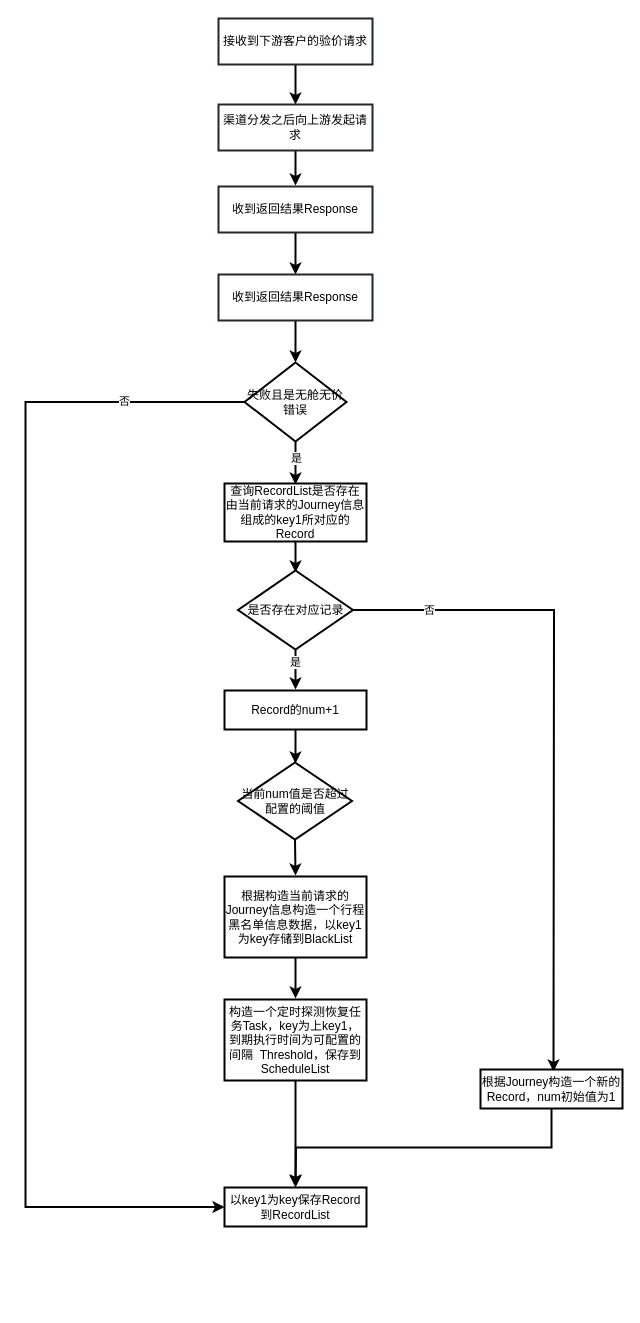
zhangweixin/design-diagram keeps this draw.io diagram as pkfare/patent/Untitled Diagram.drawio. Above is the earlier version. Source tidied: cells renumbered, new cells numbered last; positions are measured from the earlier drawing's top-left corner, leaving out a move shared by most shapes. Both pictures are drawn from the tidied source at 100%, with x=0, y=0 at pixel (25, 18).
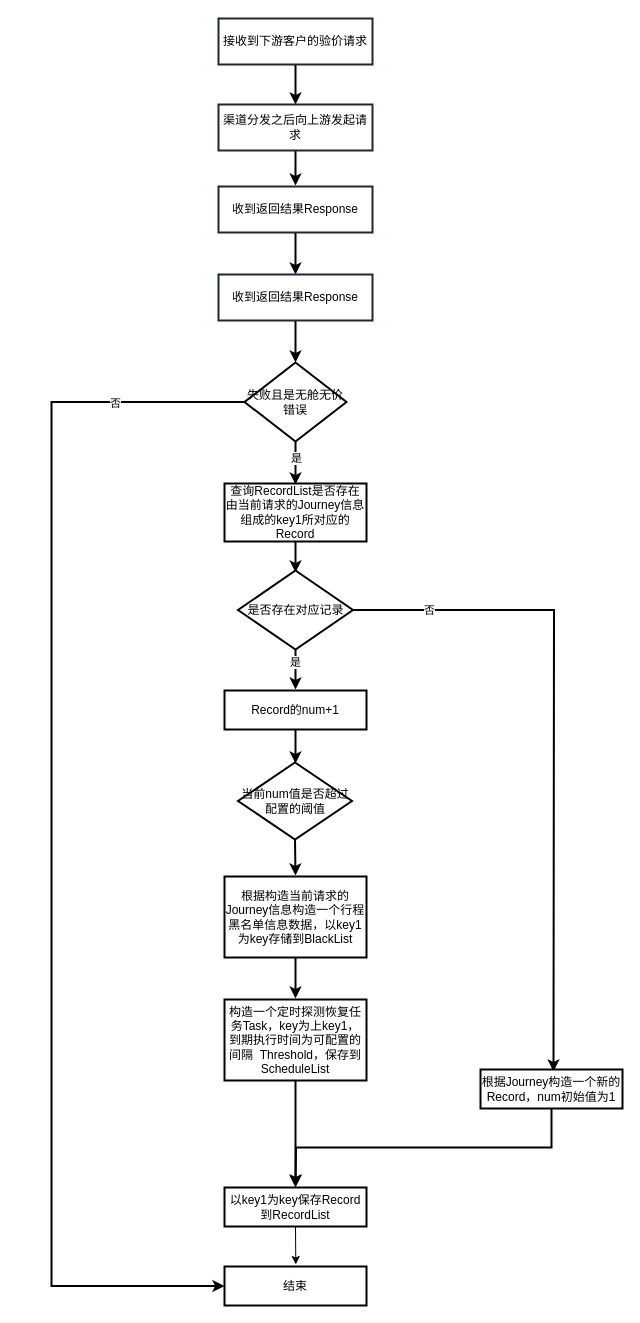
The same diagram, later.

The change refers to these unchanged cells:
```xml
<mxCell id="14" value="失败且是无舱无价错误" style="rhombus;whiteSpace=wrap;html=1;strokeWidth=2;" parent="1" vertex="1">
  <mxGeometry x="219" y="344" width="102" height="79" as="geometry" />
</mxCell>
<mxCell id="32" value="以key1为key保存Record到RecordList" style="rounded=0;whiteSpace=wrap;html=1;strokeWidth=2;" parent="1" vertex="1">
  <mxGeometry x="199" y="1169" width="142" height="39" as="geometry" />
</mxCell>
```

Change to the diagram source:
```diff
@@
-    <mxCell id="12" style="edgeStyle=orthogonalEdgeStyle;rounded=0;jettySize=auto;html=1;exitX=0;exitY=0.5;exitDx=0;exitDy=0;entryX=0;entryY=0.5;entryDx=0;entryDy=0;strokeWidth=2;" parent="1" edge="1" source="14" target="32">
-      <mxGeometry relative="1" as="geometry">
-        <Array as="points">
-          <mxPoint y="383" />
-          <mxPoint y="1189" />
-        </Array>
-      </mxGeometry>
-    </mxCell>
+    <mxCell id="33" style="edgeStyle=orthogonalEdgeStyle;rounded=0;jettySize=auto;html=1;exitX=0;exitY=0.5;exitDx=0;exitDy=0;entryX=0;entryY=0.5;entryDx=0;entryDy=0;strokeWidth=2;" parent="1" edge="1" source="14" target="35">
+      <mxGeometry relative="1" as="geometry">
+        <Array as="points">
+          <mxPoint x="26" y="383" />
+          <mxPoint x="26" y="1267" />
+        </Array>
+      </mxGeometry>
+    </mxCell>
-    <mxCell id="13" value="否" style="edgeLabel;html=1;align=center;verticalAlign=middle;" parent="12" vertex="1">
-      <mxGeometry x="-0.8" y="-1" relative="1" as="geometry">
+    <mxCell id="13" value="否" style="edgeLabel;html=1;align=center;verticalAlign=middle;" parent="33" vertex="1">
+      <mxGeometry x="-0.79" y="1" relative="1" as="geometry">
         <mxPoint x="1" as="offset" />
       </mxGeometry>
     </mxCell>
@@
+    <mxCell id="34" style="edgeStyle=orthogonalEdgeStyle;rounded=0;jettySize=auto;html=1;exitX=0.5;exitY=1;exitDx=0;exitDy=0;" parent="1" edge="1" source="32">
+      <mxGeometry relative="1" as="geometry">
+        <mxPoint x="270.3" y="1246" as="targetPoint" />
+      </mxGeometry>
+    </mxCell>
@@
+    <mxCell id="35" value="结束" style="rounded=0;whiteSpace=wrap;html=1;strokeWidth=2;" parent="1" vertex="1">
+      <mxGeometry x="199" y="1248" width="142" height="39" as="geometry" />
+    </mxCell>
```
